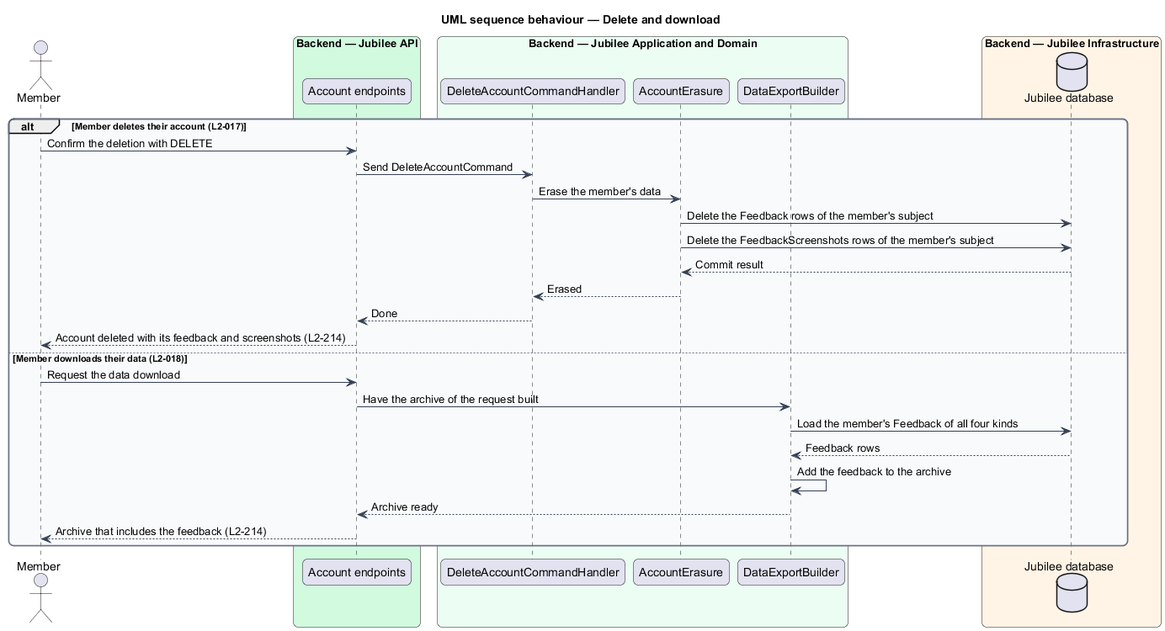
Earlier version of the PlantUML export docs/detailed-designs/feedback/receive-and-store-feedback/diagrams/sequence-delete-and-download.png (QuinntyneBrown/jubilee).
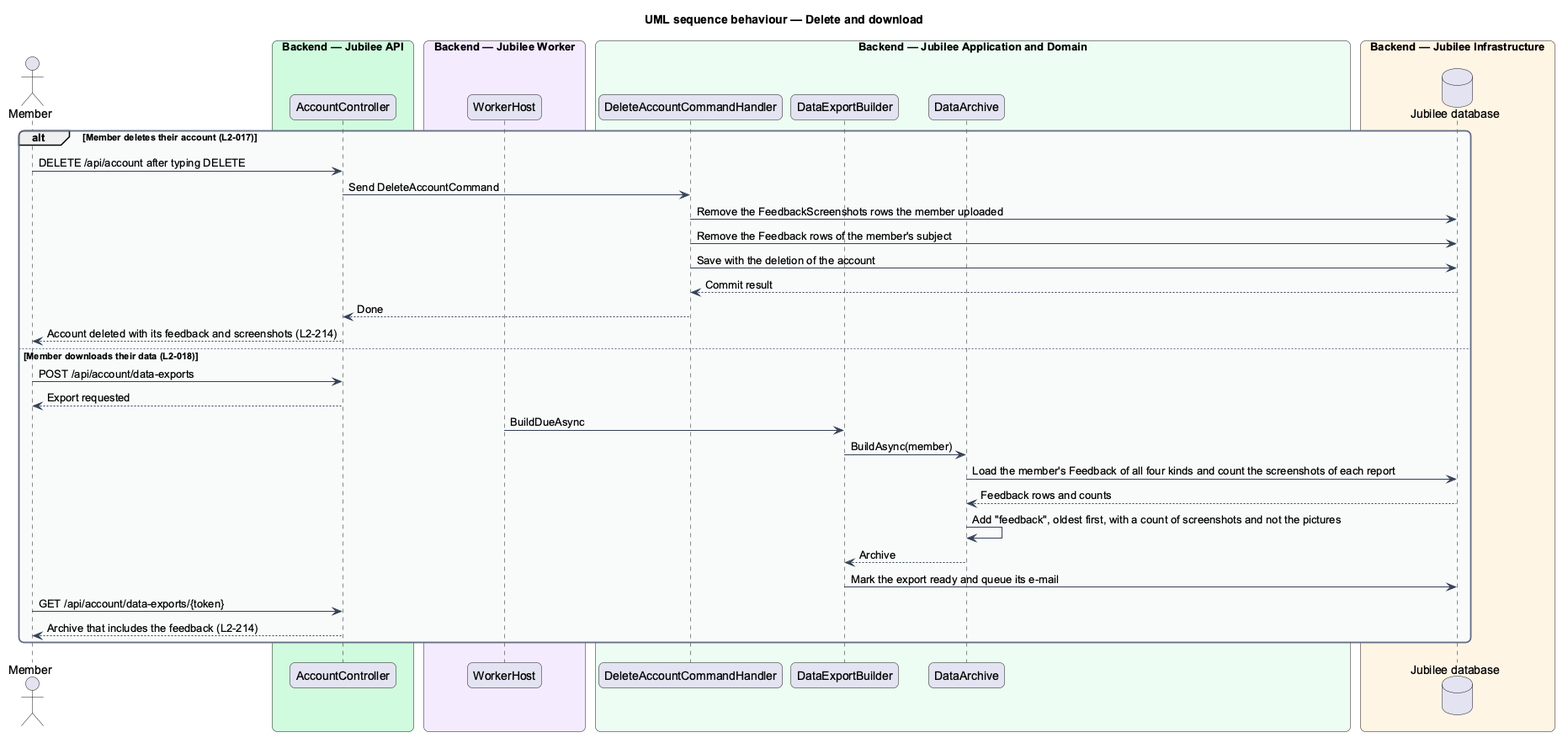
After the commit.

The edit, as a diff of the source:
```diff
@@ -16,33 +16,39 @@
 }
 actor "Member" as actor
 box "Backend — Jubilee API" #D1FADF
-  participant "Account endpoints" as controller
+  participant "AccountController" as controller
+end box
+box "Backend — Jubilee Worker" #F4EBFF
+  participant "WorkerHost" as worker
 end box
 box "Backend — Jubilee Application and Domain" #ECFDF3
   participant "DeleteAccountCommandHandler" as delete
-  participant "AccountErasure" as erasure
   participant "DataExportBuilder" as export
+  participant "DataArchive" as archive
 end box
 box "Backend — Jubilee Infrastructure" #FFF4E5
   database "Jubilee database" as db
 end box
 alt Member deletes their account (L2-017)
-  actor -> controller : Confirm the deletion with DELETE
+  actor -> controller : DELETE /api/account after typing DELETE
   controller -> delete : Send DeleteAccountCommand
-  delete -> erasure : Erase the member's data
-  erasure -> db : Delete the Feedback rows of the member's subject
-  erasure -> db : Delete the FeedbackScreenshots rows of the member's subject
-  db --> erasure : Commit result
-  erasure --> delete : Erased
+  delete -> db : Remove the FeedbackScreenshots rows the member uploaded
+  delete -> db : Remove the Feedback rows of the member's subject
+  delete -> db : Save with the deletion of the account
+  db --> delete : Commit result
   delete --> controller : Done
   controller --> actor : Account deleted with its feedback and screenshots (L2-214)
 else Member downloads their data (L2-018)
-  actor -> controller : Request the data download
-  controller -> export : Have the archive of the request built
-  export -> db : Load the member's Feedback of all four kinds
-  db --> export : Feedback rows
-  export -> export : Add the feedback to the archive
-  export --> controller : Archive ready
+  actor -> controller : POST /api/account/data-exports
+  controller --> actor : Export requested
+  worker -> export : BuildDueAsync
+  export -> archive : BuildAsync(member)
+  archive -> db : Load the member's Feedback of all four kinds and count the screenshots of each report
+  db --> archive : Feedback rows and counts
+  archive -> archive : Add "feedback", oldest first, with a count of screenshots and not the pictures
+  archive --> export : Archive
+  export -> db : Mark the export ready and queue its e-mail
+  actor -> controller : GET /api/account/data-exports/{token}
   controller --> actor : Archive that includes the feedback (L2-214)
 end
 @enduml
```
